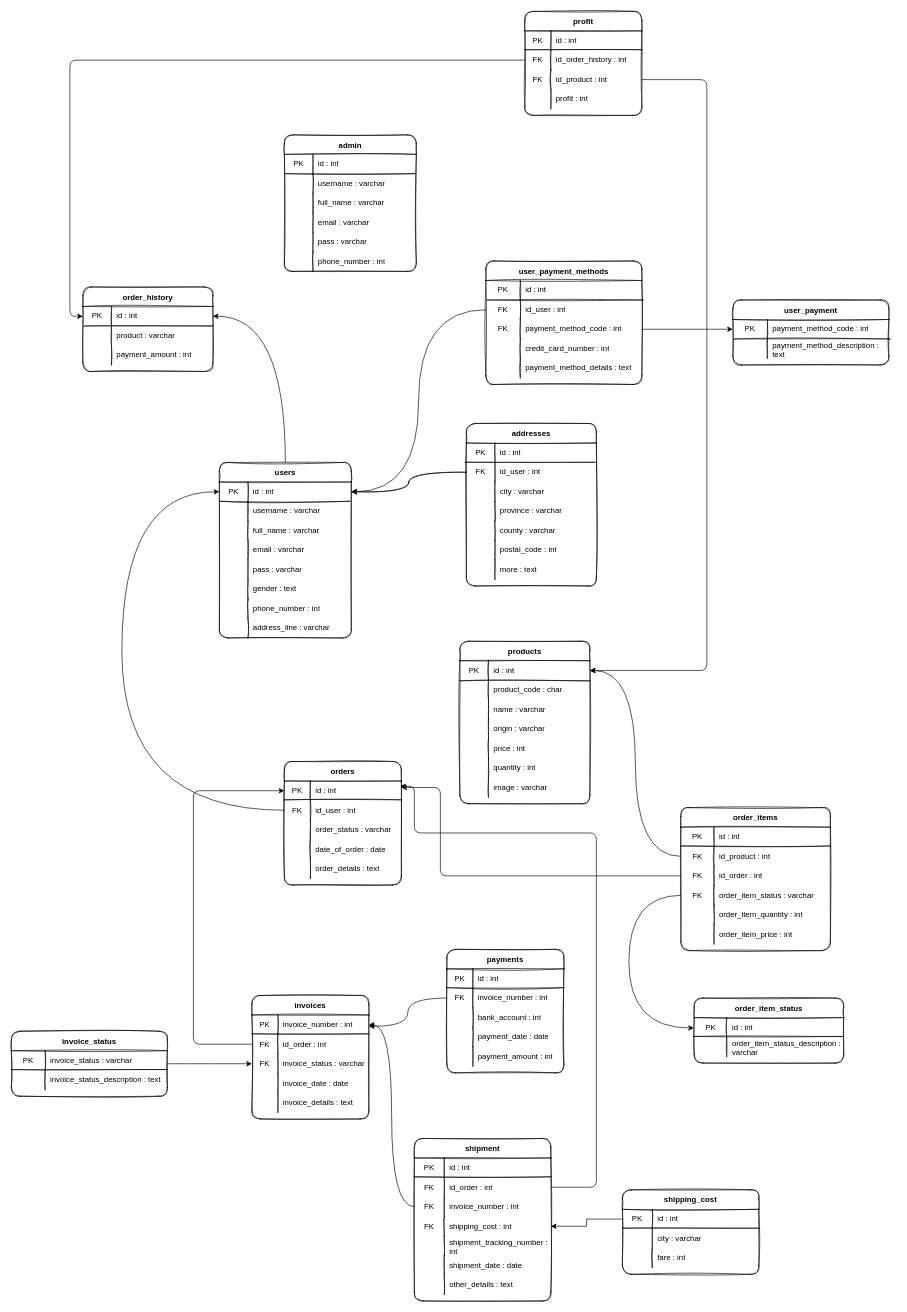
fadhlanarrizal/syafaFlower keeps this draw.io diagram as syafaFlower_db.drawio. Above is the earlier version. Source tidied: cells renumbered, new cells numbered last; positions are measured from the earlier drawing's top-left corner, leaving out a move shared by most shapes. Both pictures are drawn from the tidied source at 65%, with x=0, y=0 at pixel (11, 11).
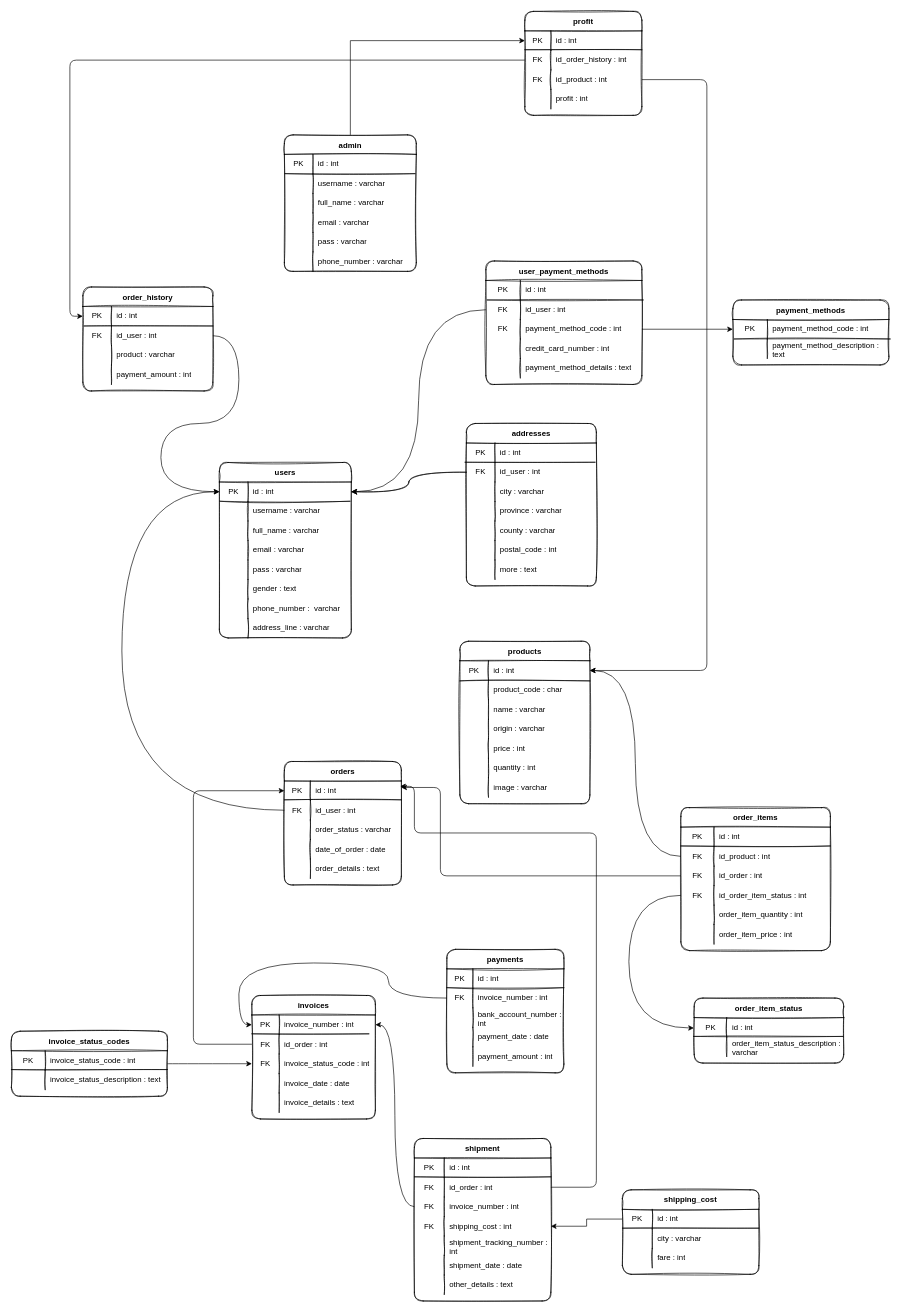
After the change.

The change refers to these unchanged cells:
```xml
<mxCell id="3" style="shape=tableRow;horizontal=0;startSize=0;swimlaneHead=0;swimlaneBody=0;top=0;left=0;bottom=0;right=0;fillColor=none;points=[[0,0.5],[1,0.5]];portConstraint=eastwest;rounded=1;sketch=1;" parent="2" vertex="1">
  <mxGeometry y="30" width="200" height="30" as="geometry" />
</mxCell>
<mxCell id="59" value="users" style="shape=table;startSize=30;childLayout=tableLayout;rowLines=0;fontStyle=1;rounded=1;sketch=1;" parent="58" vertex="1">
  <mxGeometry width="203" height="270" as="geometry" />
</mxCell>
<mxCell id="60" style="shape=tableRow;horizontal=0;startSize=0;swimlaneHead=0;swimlaneBody=0;top=0;left=0;bottom=0;right=0;fillColor=none;points=[[0,0.5],[1,0.5]];portConstraint=eastwest;rounded=1;sketch=1;" parent="59" vertex="1">
  <mxGeometry y="30" width="203" height="30" as="geometry" />
</mxCell>
<mxCell id="78" style="shape=tableRow;horizontal=0;startSize=0;swimlaneHead=0;swimlaneBody=0;top=0;left=0;bottom=0;right=0;fillColor=none;rounded=1;sketch=1;" parent="59" vertex="1">
  <mxGeometry y="210" width="203" height="30" as="geometry" />
</mxCell>
<mxCell id="108" style="shape=tableRow;horizontal=0;startSize=0;swimlaneHead=0;swimlaneBody=0;top=0;left=0;bottom=0;right=0;fillColor=none;points=[[0,0.5],[1,0.5]];portConstraint=eastwest;rounded=1;sketch=1;" parent="104" vertex="1">
  <mxGeometry y="60" width="180" height="30" as="geometry" />
</mxCell>
<mxCell id="111" style="shape=tableRow;horizontal=0;startSize=0;swimlaneHead=0;swimlaneBody=0;top=0;left=0;bottom=0;right=0;fillColor=none;rounded=1;sketch=1;" parent="104" vertex="1">
  <mxGeometry y="90" width="180" height="30" as="geometry" />
</mxCell>
<mxCell id="147" style="shape=tableRow;horizontal=0;startSize=0;swimlaneHead=0;swimlaneBody=0;top=0;left=0;bottom=0;right=0;fillColor=none;points=[[0,0.5],[1,0.5]];portConstraint=eastwest;rounded=1;sketch=1;" parent="137" vertex="1">
  <mxGeometry y="120" width="230" height="30" as="geometry" />
</mxCell>
<mxCell id="178" style="shape=tableRow;horizontal=0;startSize=0;swimlaneHead=0;swimlaneBody=0;top=0;left=0;bottom=0;right=0;fillColor=none;rounded=1;sketch=1;" parent="177" vertex="1">
  <mxGeometry y="30" width="240" height="30" as="geometry" />
</mxCell>
<mxCell id="202" value="admin" style="shape=table;startSize=30;childLayout=tableLayout;rowLines=0;fontStyle=1;rounded=1;sketch=1;" parent="201" vertex="1">
  <mxGeometry width="203" height="210" as="geometry" />
</mxCell>
<mxCell id="218" style="shape=tableRow;horizontal=0;startSize=0;swimlaneHead=0;swimlaneBody=0;top=0;left=0;bottom=0;right=0;fillColor=none;rounded=1;sketch=1;" parent="202" vertex="1">
  <mxGeometry y="180" width="203" height="30" as="geometry" />
</mxCell>
<mxCell id="223" style="shape=tableRow;horizontal=0;startSize=0;swimlaneHead=0;swimlaneBody=0;top=0;left=0;bottom=0;right=0;fillColor=none;points=[[0,0.5],[1,0.5]];portConstraint=eastwest;rounded=1;sketch=1;" parent="222" vertex="1">
  <mxGeometry y="30" width="180" height="30" as="geometry" />
</mxCell>
<mxCell id="265" style="group;" parent="1" vertex="1">
  <mxGeometry x="1120" y="394" width="240" height="190" as="geometry" />
</mxCell>
```

Change to the diagram source:
```diff
@@
     <mxCell id="2" value="order_history" style="shape=table;startSize=30;childLayout=tableLayout;rowLines=0;fontStyle=1;rounded=1;sketch=1;" parent="1" vertex="1">
-      <mxGeometry x="110" y="424" width="200" height="130" as="geometry" />
+      <mxGeometry x="110" y="424" width="200" height="160" as="geometry" />
     </mxCell>
@@
+    <mxCell id="287" style="shape=tableRow;horizontal=0;startSize=0;swimlaneHead=0;swimlaneBody=0;top=0;left=0;bottom=0;right=0;fillColor=none;points=[[0,0.5],[1,0.5]];portConstraint=eastwest;rounded=1;sketch=1;" parent="2" vertex="1">
+      <mxGeometry y="60" width="200" height="30" as="geometry" />
+    </mxCell>
+    <mxCell id="288" value="FK" style="shape=partialRectangle;html=1;whiteSpace=wrap;fillColor=none;top=0;left=0;bottom=0;right=0;overflow=hidden;rounded=1;sketch=1;" parent="287" vertex="1">
+      <mxGeometry width="44" height="30" as="geometry" />
+    </mxCell>
+    <mxCell id="289" value="id_user : int" style="shape=partialRectangle;html=1;whiteSpace=wrap;fillColor=none;top=0;left=0;bottom=0;right=0;align=left;spacingLeft=6;overflow=hidden;rounded=1;sketch=1;" parent="287" vertex="1">
+      <mxGeometry x="44" width="156" height="30" as="geometry" />
+    </mxCell>
     <mxCell id="6" style="shape=tableRow;horizontal=0;startSize=0;swimlaneHead=0;swimlaneBody=0;top=0;left=0;bottom=0;right=0;fillColor=none;rounded=1;sketch=1;" parent="2" vertex="1">
-      <mxGeometry y="60" width="200" height="30" as="geometry" />
+      <mxGeometry y="90" width="200" height="30" as="geometry" />
     </mxCell>
@@
     <mxCell id="9" style="shape=tableRow;horizontal=0;startSize=0;swimlaneHead=0;swimlaneBody=0;top=0;left=0;bottom=0;right=0;fillColor=none;rounded=1;sketch=1;" parent="2" vertex="1">
-      <mxGeometry y="90" width="200" height="30" as="geometry" />
+      <mxGeometry y="120" width="200" height="30" as="geometry" />
     </mxCell>
@@
-    <mxCell id="80" value="phone_number : int" style="shape=partialRectangle;html=1;whiteSpace=wrap;fillColor=none;top=0;left=0;bottom=0;right=0;align=left;spacingLeft=6;overflow=hidden;rounded=1;sketch=1;" parent="78" vertex="1">
+    <mxCell id="80" value="phone_number :&amp;nbsp; varchar" style="shape=partialRectangle;html=1;whiteSpace=wrap;fillColor=none;top=0;left=0;bottom=0;right=0;align=left;spacingLeft=6;overflow=hidden;rounded=1;sketch=1;" parent="78" vertex="1">
       <mxGeometry x="44" width="159" height="30" as="geometry" />
     </mxCell>
@@
-    <mxCell id="113" value="bank_account : int" style="shape=partialRectangle;html=1;whiteSpace=wrap;fillColor=none;top=0;left=0;bottom=0;right=0;align=left;spacingLeft=6;overflow=hidden;rounded=1;sketch=1;" parent="111" vertex="1">
+    <mxCell id="113" value="bank_account_number : int" style="shape=partialRectangle;html=1;whiteSpace=wrap;fillColor=none;top=0;left=0;bottom=0;right=0;align=left;spacingLeft=6;overflow=hidden;rounded=1;sketch=1;" parent="111" vertex="1">
       <mxGeometry x="40" width="140" height="30" as="geometry" />
     </mxCell>
@@
-    <mxCell id="149" value="order_item_status : varchar" style="shape=partialRectangle;html=1;whiteSpace=wrap;fillColor=none;top=0;left=0;bottom=0;right=0;align=left;spacingLeft=6;overflow=hidden;rounded=1;sketch=1;" parent="147" vertex="1">
+    <mxCell id="149" value="id_order_item_status : int" style="shape=partialRectangle;html=1;whiteSpace=wrap;fillColor=none;top=0;left=0;bottom=0;right=0;align=left;spacingLeft=6;overflow=hidden;rounded=1;sketch=1;" parent="147" vertex="1">
       <mxGeometry x="51" width="179" height="30" as="geometry" />
     </mxCell>
@@
     <mxCell id="159" value="invoices" style="shape=table;startSize=30;childLayout=tableLayout;rowLines=0;fontStyle=1;rounded=1;sketch=1;" parent="1" vertex="1">
-      <mxGeometry x="370" y="1514" width="180" height="190" as="geometry" />
+      <mxGeometry x="370" y="1514" width="190" height="190" as="geometry" />
     </mxCell>
     <mxCell id="160" style="shape=tableRow;horizontal=0;startSize=0;swimlaneHead=0;swimlaneBody=0;top=0;left=0;bottom=0;right=0;fillColor=none;points=[[0,0.5],[1,0.5]];portConstraint=eastwest;rounded=1;sketch=1;" parent="159" vertex="1">
-      <mxGeometry y="30" width="180" height="30" as="geometry" />
+      <mxGeometry y="30" width="190" height="30" as="geometry" />
     </mxCell>
     <mxCell id="161" value="PK" style="shape=partialRectangle;html=1;whiteSpace=wrap;fillColor=none;top=0;left=0;bottom=0;right=0;overflow=hidden;rounded=1;sketch=1;" parent="160" vertex="1">
-      <mxGeometry width="40" height="30" as="geometry" />
+      <mxGeometry width="42" height="30" as="geometry" />
     </mxCell>
     <mxCell id="162" value="invoice_number : int" style="shape=partialRectangle;html=1;whiteSpace=wrap;fillColor=none;top=0;left=0;bottom=0;right=0;align=left;spacingLeft=6;overflow=hidden;rounded=1;sketch=1;" parent="160" vertex="1">
-      <mxGeometry x="40" width="140" height="30" as="geometry" />
+      <mxGeometry x="42" width="148" height="30" as="geometry" />
     </mxCell>
     <mxCell id="163" style="shape=tableRow;horizontal=0;startSize=0;swimlaneHead=0;swimlaneBody=0;top=0;left=0;bottom=0;right=0;fillColor=none;points=[[0,0.5],[1,0.5]];portConstraint=eastwest;rounded=1;sketch=1;" parent="159" vertex="1">
-      <mxGeometry y="60" width="180" height="30" as="geometry" />
+      <mxGeometry y="60" width="190" height="30" as="geometry" />
     </mxCell>
     <mxCell id="164" value="FK" style="shape=partialRectangle;html=1;whiteSpace=wrap;fillColor=none;top=0;left=0;bottom=0;right=0;overflow=hidden;rounded=1;sketch=1;" parent="163" vertex="1">
-      <mxGeometry width="40" height="30" as="geometry" />
+      <mxGeometry width="42" height="30" as="geometry" />
     </mxCell>
     <mxCell id="165" value="id_order : int" style="shape=partialRectangle;html=1;whiteSpace=wrap;fillColor=none;top=0;left=0;bottom=0;right=0;align=left;spacingLeft=6;overflow=hidden;rounded=1;sketch=1;" parent="163" vertex="1">
-      <mxGeometry x="40" width="140" height="30" as="geometry" />
+      <mxGeometry x="42" width="148" height="30" as="geometry" />
     </mxCell>
     <mxCell id="166" style="shape=tableRow;horizontal=0;startSize=0;swimlaneHead=0;swimlaneBody=0;top=0;left=0;bottom=0;right=0;fillColor=none;points=[[0,0.5],[1,0.5]];portConstraint=eastwest;rounded=1;sketch=1;" parent="159" vertex="1">
-      <mxGeometry y="90" width="180" height="30" as="geometry" />
+      <mxGeometry y="90" width="190" height="30" as="geometry" />
     </mxCell>
     <mxCell id="167" value="FK" style="shape=partialRectangle;html=1;whiteSpace=wrap;fillColor=none;top=0;left=0;bottom=0;right=0;overflow=hidden;rounded=1;sketch=1;" parent="166" vertex="1">
-      <mxGeometry width="40" height="30" as="geometry" />
+      <mxGeometry width="42" height="30" as="geometry" />
     </mxCell>
-    <mxCell id="168" value="invoice_status : varchar" style="shape=partialRectangle;html=1;whiteSpace=wrap;fillColor=none;top=0;left=0;bottom=0;right=0;align=left;spacingLeft=6;overflow=hidden;rounded=1;sketch=1;" parent="166" vertex="1">
-      <mxGeometry x="40" width="140" height="30" as="geometry" />
+    <mxCell id="168" value="invoice_status_code : int" style="shape=partialRectangle;html=1;whiteSpace=wrap;fillColor=none;top=0;left=0;bottom=0;right=0;align=left;spacingLeft=6;overflow=hidden;rounded=1;sketch=1;" parent="166" vertex="1">
+      <mxGeometry x="42" width="148" height="30" as="geometry" />
     </mxCell>
     <mxCell id="169" style="shape=tableRow;horizontal=0;startSize=0;swimlaneHead=0;swimlaneBody=0;top=0;left=0;bottom=0;right=0;fillColor=none;rounded=1;sketch=1;" parent="159" vertex="1">
-      <mxGeometry y="120" width="180" height="30" as="geometry" />
+      <mxGeometry y="120" width="190" height="30" as="geometry" />
     </mxCell>
     <mxCell id="170" style="shape=partialRectangle;html=1;whiteSpace=wrap;fillColor=none;top=0;left=0;bottom=0;right=0;overflow=hidden;rounded=1;sketch=1;" parent="169" vertex="1">
-      <mxGeometry width="40" height="30" as="geometry" />
+      <mxGeometry width="42" height="30" as="geometry" />
     </mxCell>
     <mxCell id="171" value="invoice_date : date" style="shape=partialRectangle;html=1;whiteSpace=wrap;fillColor=none;top=0;left=0;bottom=0;right=0;align=left;spacingLeft=6;overflow=hidden;rounded=1;sketch=1;" parent="169" vertex="1">
-      <mxGeometry x="40" width="140" height="30" as="geometry" />
+      <mxGeometry x="42" width="148" height="30" as="geometry" />
     </mxCell>
     <mxCell id="172" style="shape=tableRow;horizontal=0;startSize=0;swimlaneHead=0;swimlaneBody=0;top=0;left=0;bottom=0;right=0;fillColor=none;rounded=1;sketch=1;" parent="159" vertex="1">
-      <mxGeometry y="150" width="180" height="30" as="geometry" />
+      <mxGeometry y="150" width="190" height="30" as="geometry" />
     </mxCell>
     <mxCell id="173" style="shape=partialRectangle;html=1;whiteSpace=wrap;fillColor=none;top=0;left=0;bottom=0;right=0;overflow=hidden;rounded=1;sketch=1;" parent="172" vertex="1">
-      <mxGeometry width="40" height="30" as="geometry" />
+      <mxGeometry width="42" height="30" as="geometry" />
     </mxCell>
     <mxCell id="174" value="invoice_details : text" style="shape=partialRectangle;html=1;whiteSpace=wrap;fillColor=none;top=0;left=0;bottom=0;right=0;align=left;spacingLeft=6;overflow=hidden;rounded=1;sketch=1;" parent="172" vertex="1">
-      <mxGeometry x="40" width="140" height="30" as="geometry" />
+      <mxGeometry x="42" width="148" height="30" as="geometry" />
     </mxCell>
@@
-    <mxCell id="177" value="invoice_status" style="shape=table;startSize=30;childLayout=tableLayout;rowLines=0;fontStyle=1;rounded=1;sketch=1;" parent="1" vertex="1">
+    <mxCell id="177" value="invoice_status_codes" style="shape=table;startSize=30;childLayout=tableLayout;rowLines=0;fontStyle=1;rounded=1;sketch=1;" parent="1" vertex="1">
       <mxGeometry y="1569" width="240" height="100" as="geometry" />
     </mxCell>
@@
-    <mxCell id="180" value="invoice_status : varchar" style="shape=partialRectangle;html=1;whiteSpace=wrap;fillColor=none;top=0;left=0;bottom=0;right=0;align=left;spacingLeft=6;overflow=hidden;rounded=1;sketch=1;" parent="178" vertex="1">
+    <mxCell id="180" value="invoice_status_code : int" style="shape=partialRectangle;html=1;whiteSpace=wrap;fillColor=none;top=0;left=0;bottom=0;right=0;align=left;spacingLeft=6;overflow=hidden;rounded=1;sketch=1;" parent="178" vertex="1">
       <mxGeometry x="52" width="188" height="30" as="geometry" />
     </mxCell>
@@
-    <mxCell id="188" style="edgeStyle=orthogonalEdgeStyle;curved=1;rounded=1;sketch=0;jettySize=auto;html=1;entryX=1;entryY=0.25;entryDx=0;entryDy=0;exitX=0;exitY=0.5;exitDx=0;exitDy=0;" parent="1" edge="1" source="108" target="159">
-      <mxGeometry relative="1" as="geometry" />
+    <mxCell id="188" style="edgeStyle=orthogonalEdgeStyle;curved=1;rounded=1;sketch=0;jettySize=auto;html=1;entryX=0;entryY=0.5;entryDx=0;entryDy=0;exitX=0;exitY=0.5;exitDx=0;exitDy=0;" parent="1" edge="1" source="108" target="160">
+      <mxGeometry relative="1" as="geometry">
+        <Array as="points">
+          <mxPoint x="580" y="1518" />
+          <mxPoint x="580" y="1464" />
+          <mxPoint x="350" y="1464" />
+          <mxPoint x="350" y="1559" />
+        </Array>
+      </mxGeometry>
     </mxCell>
@@
-    <mxCell id="220" value="phone_number : int" style="shape=partialRectangle;html=1;whiteSpace=wrap;fillColor=none;top=0;left=0;bottom=0;right=0;align=left;spacingLeft=6;overflow=hidden;rounded=1;sketch=1;" parent="218" vertex="1">
+    <mxCell id="220" value="phone_number : varchar" style="shape=partialRectangle;html=1;whiteSpace=wrap;fillColor=none;top=0;left=0;bottom=0;right=0;align=left;spacingLeft=6;overflow=hidden;rounded=1;sketch=1;" parent="218" vertex="1">
       <mxGeometry x="44" width="159" height="30" as="geometry" />
     </mxCell>
@@
-    <mxCell id="236" style="edgeStyle=orthogonalEdgeStyle;curved=1;rounded=1;sketch=0;jettySize=auto;html=1;entryX=1;entryY=0.5;entryDx=0;entryDy=0;" parent="1" edge="1" source="59" target="3">
-      <mxGeometry relative="1" as="geometry" />
-    </mxCell>
@@
-    <mxCell id="266" value="user_payment" style="shape=table;startSize=30;childLayout=tableLayout;rowLines=0;fontStyle=1;rounded=1;sketch=1;" parent="265" vertex="1">
+    <mxCell id="266" value="payment_methods" style="shape=table;startSize=30;childLayout=tableLayout;rowLines=0;fontStyle=1;rounded=1;sketch=1;" parent="265" vertex="1">
       <mxGeometry x="-10" y="50" width="240" height="100" as="geometry" />
     </mxCell>
@@
+    <mxCell id="290" style="edgeStyle=orthogonalEdgeStyle;rounded=0;jettySize=auto;html=1;exitX=0.5;exitY=0;exitDx=0;exitDy=0;entryX=0;entryY=0.5;entryDx=0;entryDy=0;" parent="1" edge="1" source="202" target="223">
+      <mxGeometry relative="1" as="geometry" />
+    </mxCell>
+    <mxCell id="291" style="edgeStyle=orthogonalEdgeStyle;rounded=0;jettySize=auto;html=1;exitX=1;exitY=0.5;exitDx=0;exitDy=0;entryX=0;entryY=0.5;entryDx=0;entryDy=0;curved=1;" parent="1" edge="1" source="287" target="60">
+      <mxGeometry relative="1" as="geometry">
+        <Array as="points">
+          <mxPoint x="350" y="499" />
+          <mxPoint x="350" y="634" />
+          <mxPoint x="230" y="634" />
+          <mxPoint x="230" y="739" />
+        </Array>
+      </mxGeometry>
+    </mxCell>
```
